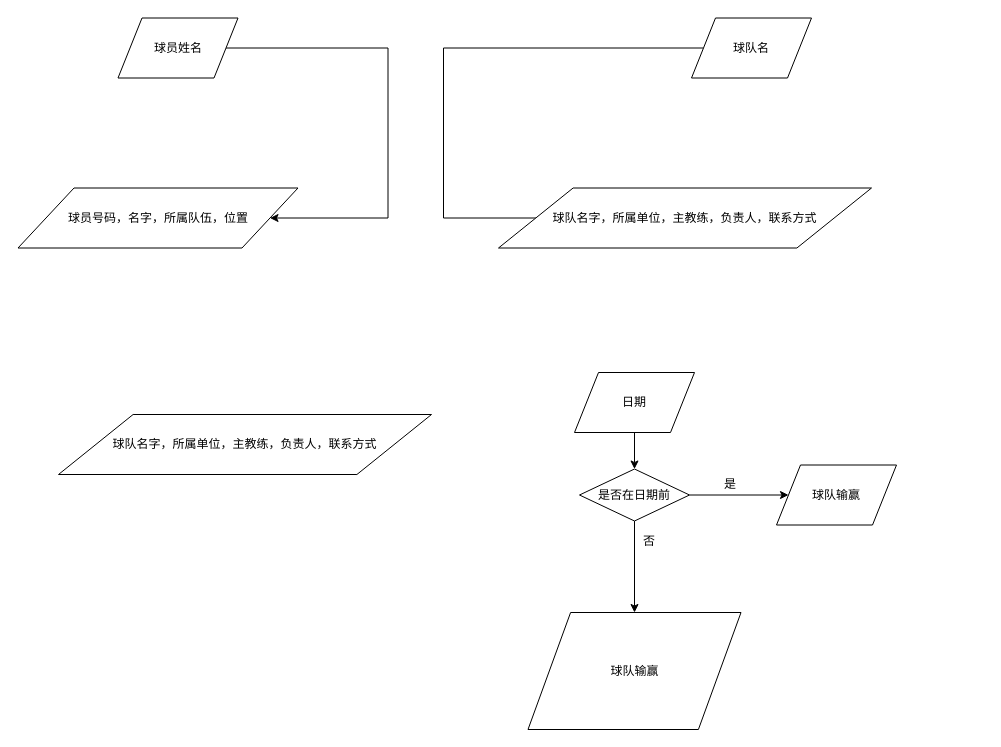
Above: draw.drawio in tianwen42/DB-curriculum-design (draw.io), before the change. Source tidied: cells renumbered, new cells numbered last; positions are measured from the earlier drawing's top-left corner, leaving out a move shared by most shapes. Both pictures are drawn from the tidied source at 100%, with x=0, y=0 at pixel (17, 18).
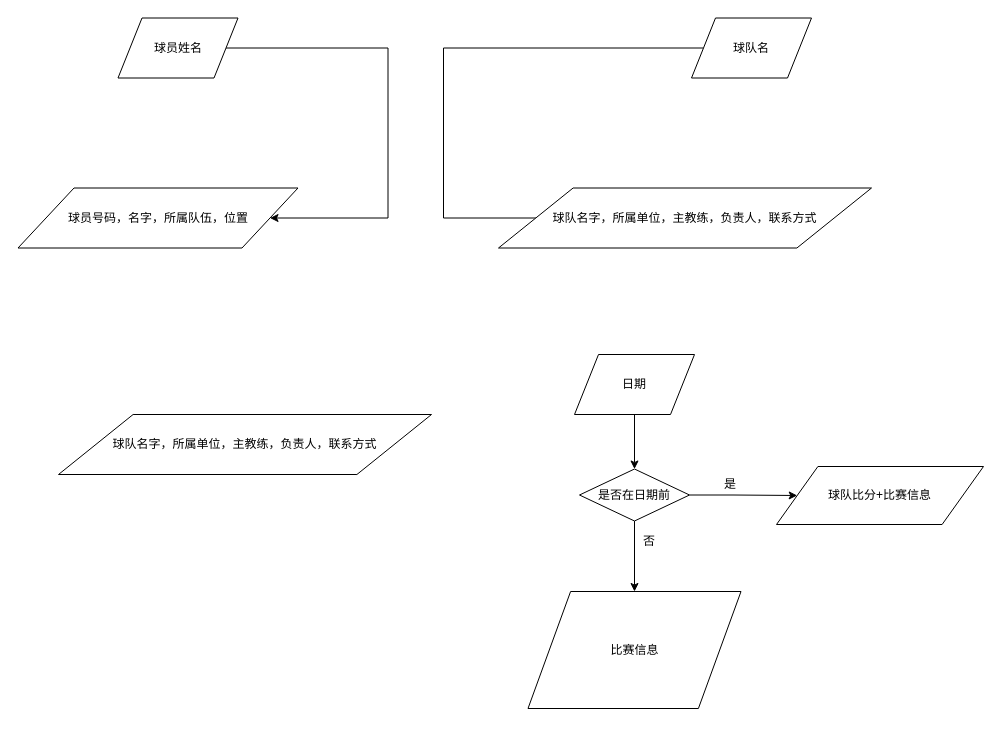
The same page after the edit.

The edit, as a diff of the source:
```diff
@@
     <mxCell id="9" value="日期" style="shape=parallelogram;perimeter=parallelogramPerimeter;whiteSpace=wrap;html=1;" parent="1" vertex="1">
-      <mxGeometry x="557" y="354" width="120" height="60" as="geometry" />
+      <mxGeometry x="557" y="336" width="120" height="60" as="geometry" />
     </mxCell>
@@
-    <mxCell id="14" value="球队输赢" style="shape=parallelogram;perimeter=parallelogramPerimeter;whiteSpace=wrap;html=1;" parent="1" vertex="1">
-      <mxGeometry x="759" y="446.5" width="120" height="60" as="geometry" />
+    <mxCell id="14" value="球队比分+比赛信息" style="shape=parallelogram;perimeter=parallelogramPerimeter;whiteSpace=wrap;html=1;" parent="1" vertex="1">
+      <mxGeometry x="759" y="448" width="207" height="58" as="geometry" />
     </mxCell>
@@
-    <mxCell id="17" value="球队输赢" style="shape=parallelogram;perimeter=parallelogramPerimeter;whiteSpace=wrap;html=1;" parent="1" vertex="1">
-      <mxGeometry x="510.5" y="594" width="213" height="117" as="geometry" />
+    <mxCell id="17" value="比赛信息" style="shape=parallelogram;perimeter=parallelogramPerimeter;whiteSpace=wrap;html=1;" parent="1" vertex="1">
+      <mxGeometry x="510.5" y="573" width="213" height="117" as="geometry" />
     </mxCell>
```
